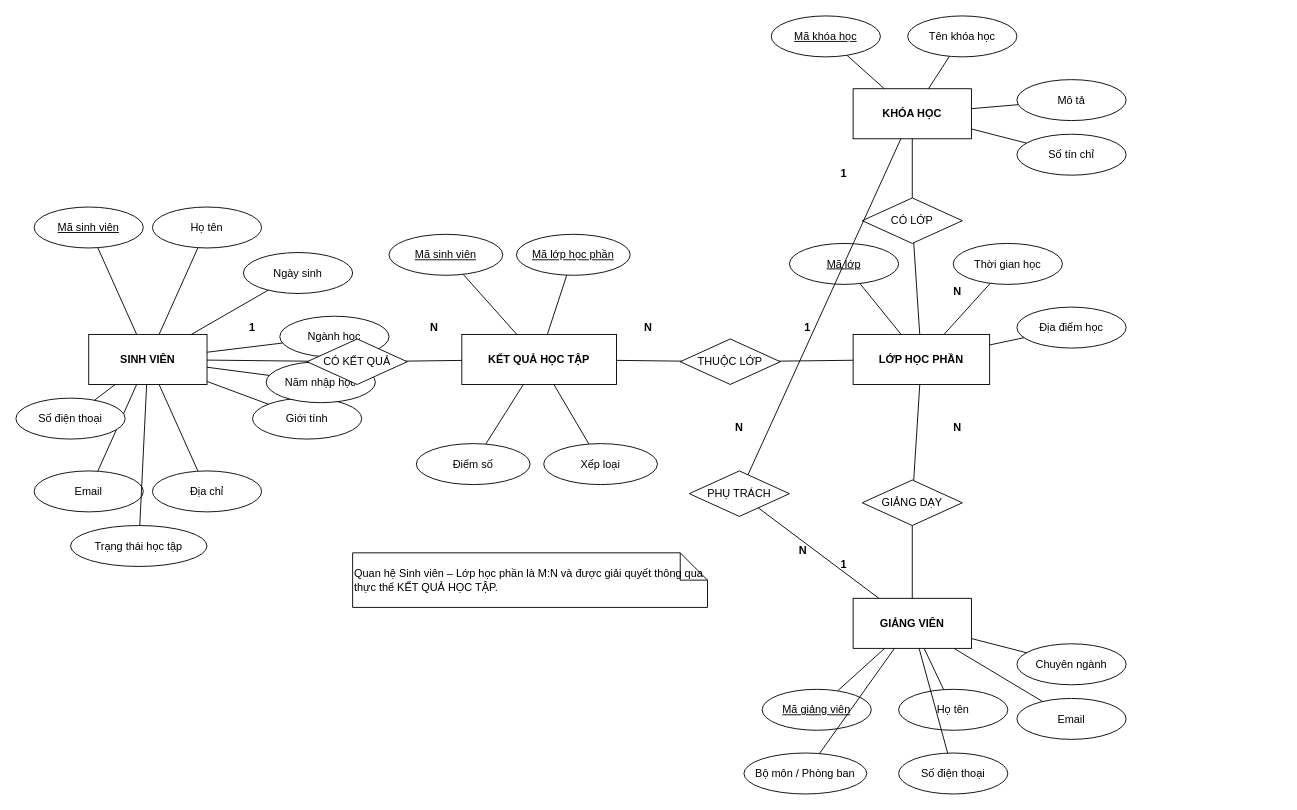
The draw.io diagram page "ERD - Bài 1.1" (2 of 2) of Buổi 01/Diagrams/He_thong_quan_ly_sinh_vien.drawio in IT-uth/Database-Design, before the edit. Source tidied: cells renumbered, new cells numbered last; positions are measured from the earlier drawing's top-left corner, leaving out a move shared by most shapes. Both pictures are drawn from the tidied source at 91%, with x=0, y=0 at pixel (15, 15).
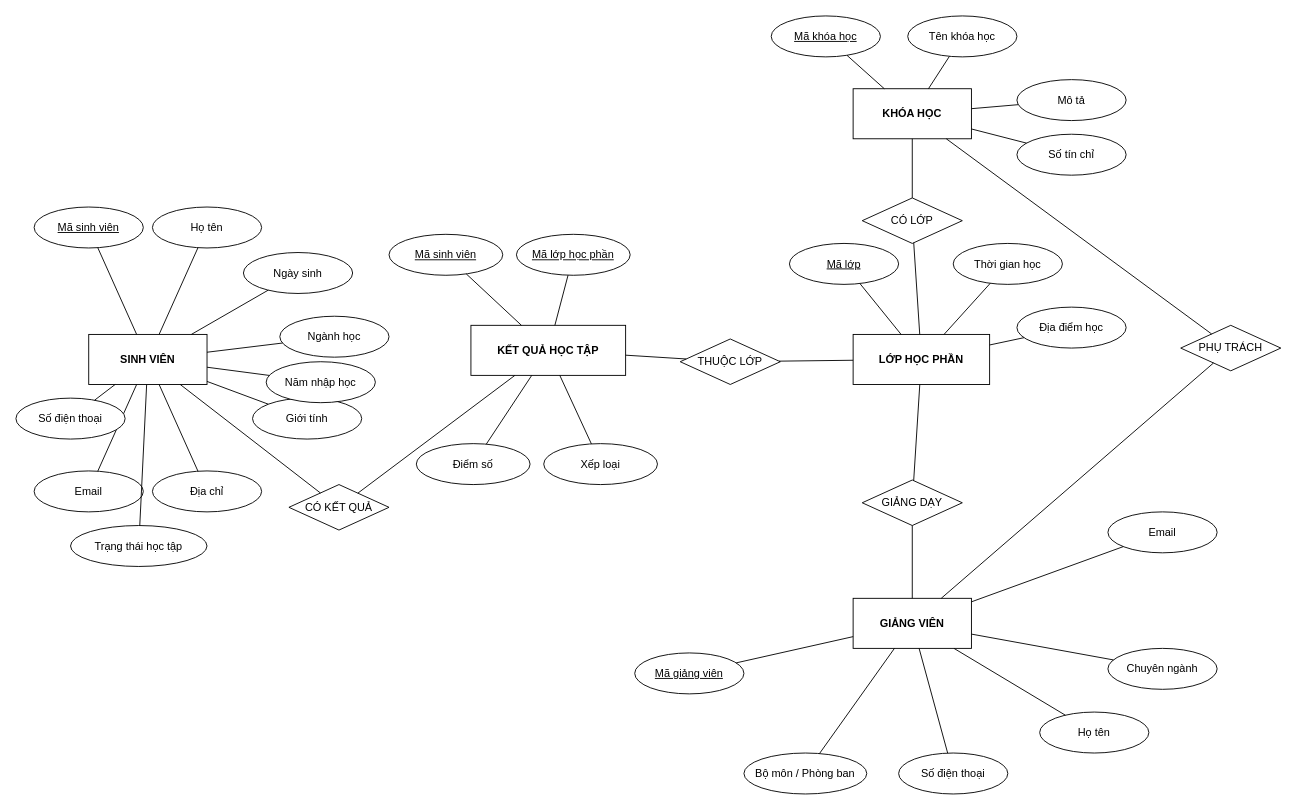
Above is the later version.

What changed in the source:
```diff
@@
     <mxCell id="6" value="KẾT QUẢ HỌC TẬP" style="whiteSpace=wrap;html=1;align=center;verticalAlign=middle;fontStyle=1;" parent="1" vertex="1">
-      <mxGeometry x="490" y="350" width="170" height="55" as="geometry" />
+      <mxGeometry x="500" y="340" width="170" height="55" as="geometry" />
     </mxCell>
@@
     <mxCell id="35" value="Mã giảng viên" style="ellipse;whiteSpace=wrap;html=1;align=center;verticalAlign=middle;fontStyle=4;" parent="1" vertex="1">
-      <mxGeometry x="820" y="740" width="120" height="45" as="geometry" />
+      <mxGeometry x="680" y="700" width="120" height="45" as="geometry" />
     </mxCell>
@@
     <mxCell id="37" value="Họ tên" style="ellipse;whiteSpace=wrap;html=1;align=center;verticalAlign=middle;" parent="1" vertex="1">
-      <mxGeometry x="970" y="740" width="120" height="45" as="geometry" />
+      <mxGeometry x="1125" y="765" width="120" height="45" as="geometry" />
     </mxCell>
@@
     <mxCell id="39" value="Chuyên ngành" style="ellipse;whiteSpace=wrap;html=1;align=center;verticalAlign=middle;" parent="1" vertex="1">
-      <mxGeometry x="1100" y="690" width="120" height="45" as="geometry" />
+      <mxGeometry x="1200" y="695" width="120" height="45" as="geometry" />
     </mxCell>
@@
     <mxCell id="41" value="Email" style="ellipse;whiteSpace=wrap;html=1;align=center;verticalAlign=middle;" parent="1" vertex="1">
-      <mxGeometry x="1100" y="750" width="120" height="45" as="geometry" />
+      <mxGeometry x="1200" y="545" width="120" height="45" as="geometry" />
     </mxCell>
@@
     <mxCell id="61" value="CÓ KẾT QUẢ" style="rhombus;whiteSpace=wrap;html=1;align=center;verticalAlign=middle;" parent="1" vertex="1">
-      <mxGeometry x="320" y="355" width="110" height="50" as="geometry" />
+      <mxGeometry x="300" y="515" width="110" height="50" as="geometry" />
     </mxCell>
@@
-    <mxCell id="64" value="1" style="text;html=1;align=center;verticalAlign=middle;whiteSpace=wrap;rounded=0;fontStyle=1;" parent="1" vertex="1">
-      <mxGeometry x="245" y="330" width="30" height="25" as="geometry" />
-    </mxCell>
-    <mxCell id="65" value="N" style="text;html=1;align=center;verticalAlign=middle;whiteSpace=wrap;rounded=0;fontStyle=1;" parent="1" vertex="1">
-      <mxGeometry x="445" y="330" width="30" height="25" as="geometry" />
-    </mxCell>
@@
-    <mxCell id="69" value="N" style="text;html=1;align=center;verticalAlign=middle;whiteSpace=wrap;rounded=0;fontStyle=1;" parent="1" vertex="1">
-      <mxGeometry x="680" y="330" width="30" height="25" as="geometry" />
-    </mxCell>
-    <mxCell id="70" value="1" style="text;html=1;align=center;verticalAlign=middle;whiteSpace=wrap;rounded=0;fontStyle=1;" parent="1" vertex="1">
-      <mxGeometry x="855" y="330" width="30" height="25" as="geometry" />
-    </mxCell>
@@
-    <mxCell id="74" value="1" style="text;html=1;align=center;verticalAlign=middle;whiteSpace=wrap;rounded=0;fontStyle=1;" parent="1" vertex="1">
-      <mxGeometry x="895" y="160" width="30" height="25" as="geometry" />
-    </mxCell>
-    <mxCell id="75" value="N" style="text;html=1;align=center;verticalAlign=middle;whiteSpace=wrap;rounded=0;fontStyle=1;" parent="1" vertex="1">
-      <mxGeometry x="1020" y="290" width="30" height="25" as="geometry" />
-    </mxCell>
@@
-    <mxCell id="79" value="1" style="text;html=1;align=center;verticalAlign=middle;whiteSpace=wrap;rounded=0;fontStyle=1;" parent="1" vertex="1">
-      <mxGeometry x="895" y="590" width="30" height="25" as="geometry" />
-    </mxCell>
-    <mxCell id="80" value="N" style="text;html=1;align=center;verticalAlign=middle;whiteSpace=wrap;rounded=0;fontStyle=1;" parent="1" vertex="1">
-      <mxGeometry x="1020" y="440" width="30" height="25" as="geometry" />
-    </mxCell>
     <mxCell id="81" value="PHỤ TRÁCH" style="rhombus;whiteSpace=wrap;html=1;align=center;verticalAlign=middle;" parent="1" vertex="1">
-      <mxGeometry x="740" y="500" width="110" height="50" as="geometry" />
+      <mxGeometry x="1280" y="340" width="110" height="50" as="geometry" />
     </mxCell>
@@
-    <mxCell id="84" value="N" style="text;html=1;align=center;verticalAlign=middle;whiteSpace=wrap;rounded=0;fontStyle=1;" parent="1" vertex="1">
-      <mxGeometry x="780" y="440" width="30" height="25" as="geometry" />
-    </mxCell>
-    <mxCell id="85" value="N" style="text;html=1;align=center;verticalAlign=middle;whiteSpace=wrap;rounded=0;fontStyle=1;" parent="1" vertex="1">
-      <mxGeometry x="850" y="575" width="30" height="25" as="geometry" />
-    </mxCell>
-    <mxCell id="86" value="Quan hệ Sinh viên – Lớp học phần là M:N và được giải quyết thông qua thực thể KẾT QUẢ HỌC TẬP." style="shape=note;whiteSpace=wrap;html=1;align=left;verticalAlign=middle;" parent="1" vertex="1">
-      <mxGeometry x="370" y="590" width="390" height="60" as="geometry" />
-    </mxCell>
```
